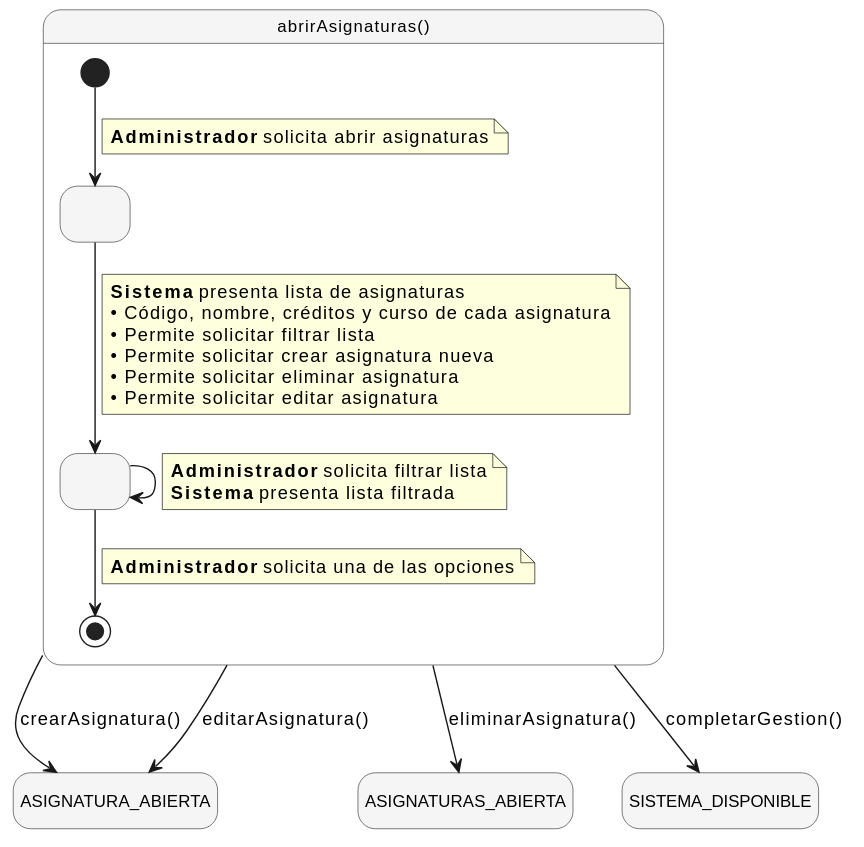
This is Constructor_De_Horarios/images/imagenes/abrirAsignaturas.svg from antoniogavilanes/Constructor_De_Horarios, a PlantUML export, as it was before one commit.
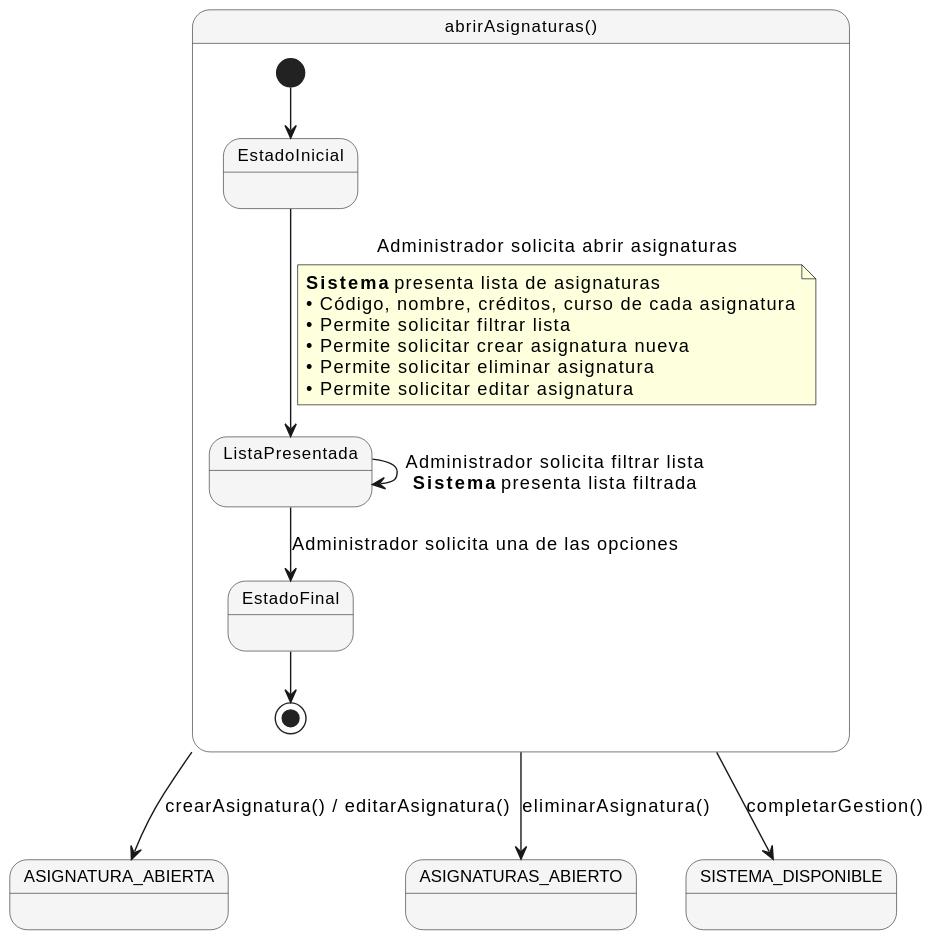
Later version of the same file.

The edit, as a diff of the source:
```diff
@@ -1,5 +1,4 @@
 @startuml
-hide empty description
 skinparam shadowing false
 skinparam state {
     BackgroundColor #F5F5F5
@@ -7,39 +6,25 @@
     FontSize 12
 }
 
-state "abrirAsignaturas()" as abrirAsignaturas {
-    state " " as s1
-    state " " as s2
+state "abrirAsignaturas()" as abrirAsig {
+    [*] --> EstadoInicial
+    EstadoInicial --> ListaPresentada : Administrador solicita abrir asignaturas
 
-    [*] --> s1
-    note on link
-        **Administrador** solicita abrir asignaturas
-    end note
-
-    s1 --> s2
-    note on link
+    note on Link
         **Sistema** presenta lista de asignaturas
-        • Código, nombre, créditos y curso de cada asignatura
+        • Código, nombre, créditos, curso de cada asignatura
         • Permite solicitar filtrar lista
         • Permite solicitar crear asignatura nueva
         • Permite solicitar eliminar asignatura
         • Permite solicitar editar asignatura
     end note
 
-    s2 --> s2
-    note on link
-        **Administrador** solicita filtrar lista
-        **Sistema** presenta lista filtrada
-    end note
-
-    s2 --> [*]
-    note on link
-        **Administrador** solicita una de las opciones
-    end note
+    ListaPresentada --> ListaPresentada : Administrador solicita filtrar lista\n**Sistema** presenta lista filtrada
+    ListaPresentada --> EstadoFinal : Administrador solicita una de las opciones
+    EstadoFinal --> [*]
 }
 
-abrirAsignaturas --> ASIGNATURA_ABIERTA : crearAsignatura()
-abrirAsignaturas --> ASIGNATURA_ABIERTA : editarAsignatura()
-abrirAsignaturas --> ASIGNATURAS_ABIERTA : eliminarAsignatura()
-abrirAsignaturas --> SISTEMA_DISPONIBLE : completarGestion()
+abrirAsig --> ASIGNATURA_ABIERTA : crearAsignatura() / editarAsignatura()
+abrirAsig --> ASIGNATURAS_ABIERTO : eliminarAsignatura()
+abrirAsig --> SISTEMA_DISPONIBLE : completarGestion()
 @enduml
```
